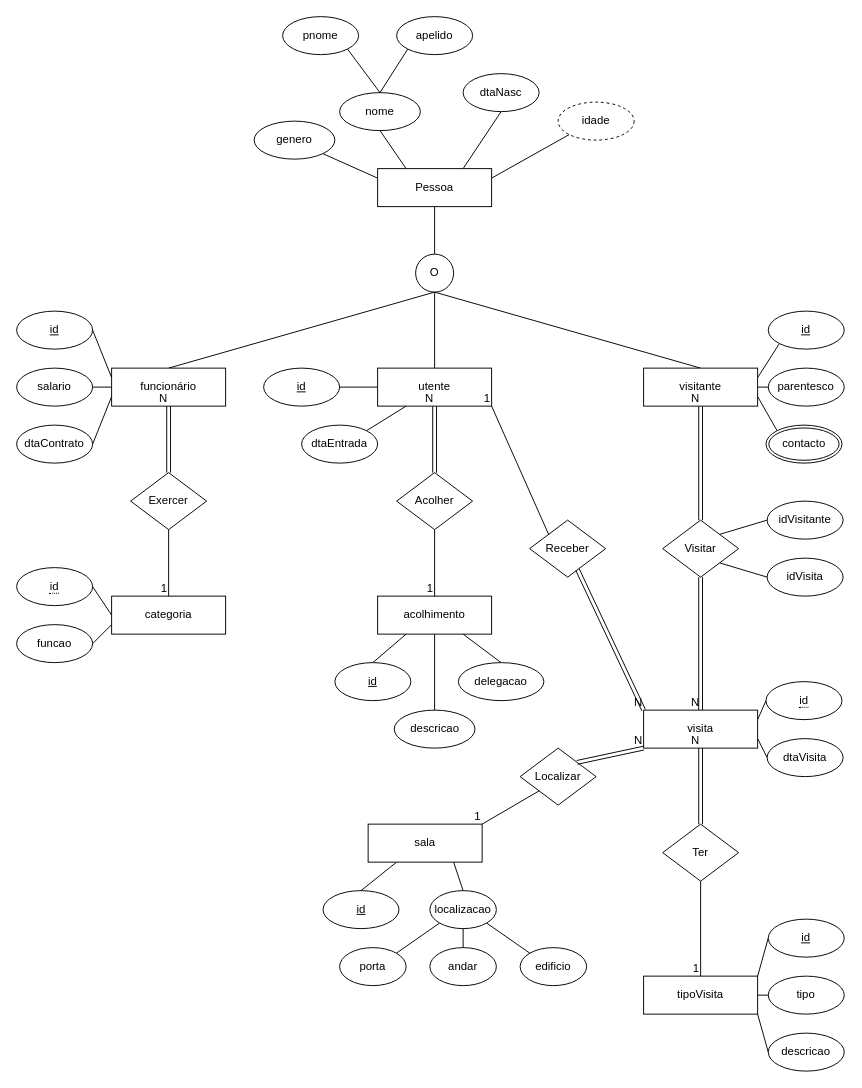
doomiinguees/Project_BD keeps this draw.io diagram as PROJETO/DER/E7_DER.drawio. Above is the earlier version. Source tidied: cells renumbered, new cells numbered last; positions are measured from the earlier drawing's top-left corner, leaving out a move shared by most shapes. Both pictures are drawn from the tidied source at 95%, with x=0, y=0 at pixel (16, 16).
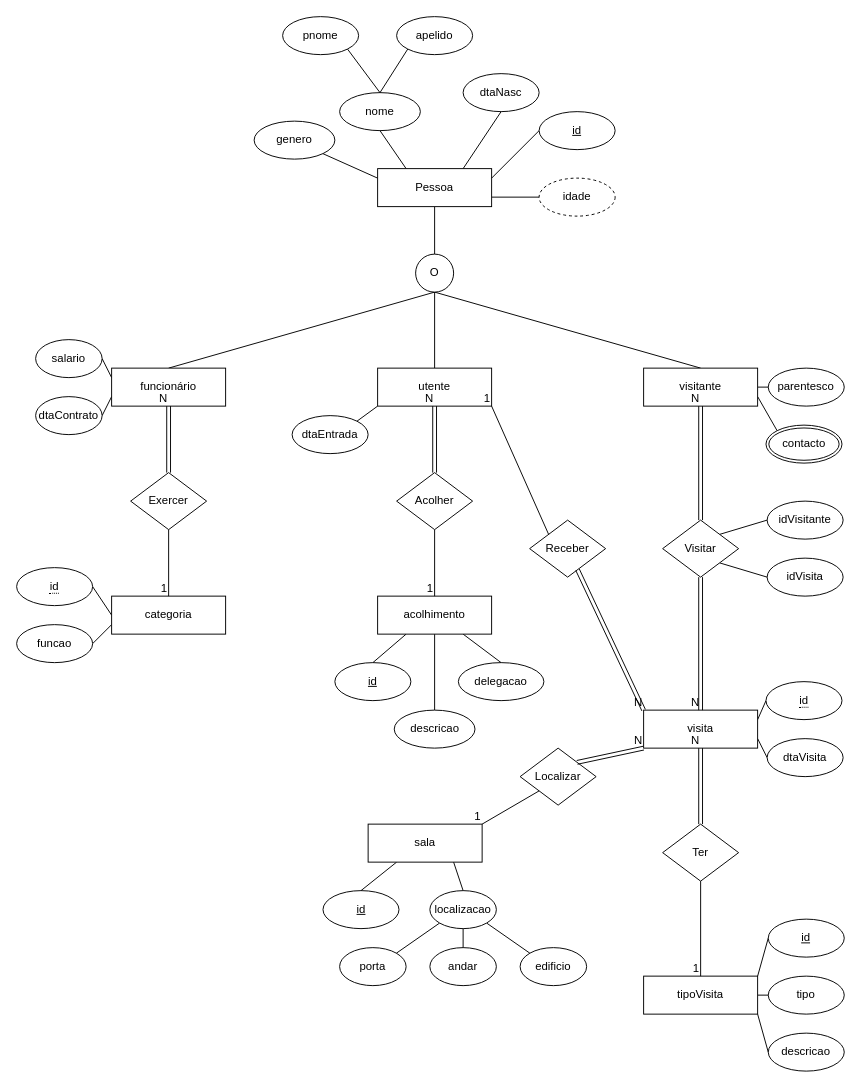
The same page after the edit.

Unchanged cells that the change refers to:
```xml
<mxCell id="7" value="Pessoa" style="whiteSpace=wrap;html=1;align=center;" parent="1" vertex="1">
  <mxGeometry x="380" y="160" width="120" height="40" as="geometry" />
</mxCell>
<mxCell id="22" value="funcionário" style="whiteSpace=wrap;html=1;align=center;" parent="1" vertex="1">
  <mxGeometry x="100" y="370" width="120" height="40" as="geometry" />
</mxCell>
<mxCell id="26" value="visitante" style="whiteSpace=wrap;html=1;align=center;" parent="1" vertex="1">
  <mxGeometry x="660" y="370" width="120" height="40" as="geometry" />
</mxCell>
<mxCell id="29" value="utente" style="whiteSpace=wrap;html=1;align=center;" parent="1" vertex="1">
  <mxGeometry x="380" y="370" width="120" height="40" as="geometry" />
</mxCell>
```

What changed in the source:
```diff
@@
-    <mxCell id="5" style="edgeStyle=none;rounded=0;jettySize=auto;html=1;exitX=1;exitY=0.25;exitDx=0;exitDy=0;entryX=0;entryY=1;entryDx=0;entryDy=0;endArrow=none;endFill=0;" parent="1" edge="1" source="7" target="18">
+    <mxCell id="5" style="edgeStyle=none;rounded=0;jettySize=auto;html=1;entryX=0;entryY=0.5;entryDx=0;entryDy=0;endArrow=none;endFill=0;exitX=1;exitY=0.75;exitDx=0;exitDy=0;" parent="1" edge="1" source="7" target="18">
       <mxGeometry relative="1" as="geometry" />
     </mxCell>
@@
     <mxCell id="18" value="idade" style="ellipse;whiteSpace=wrap;html=1;align=center;dashed=1;" parent="1" vertex="1">
-      <mxGeometry x="570" y="90" width="80" height="40" as="geometry" />
+      <mxGeometry x="550" y="170" width="80" height="40" as="geometry" />
     </mxCell>
-    <mxCell id="19" style="edgeStyle=none;rounded=0;jettySize=auto;html=1;exitX=0;exitY=0.25;exitDx=0;exitDy=0;entryX=1;entryY=0.5;entryDx=0;entryDy=0;endArrow=none;endFill=0;" parent="1" edge="1" source="22" target="33">
-      <mxGeometry relative="1" as="geometry" />
-    </mxCell>
-    <mxCell id="20" style="edgeStyle=none;rounded=0;jettySize=auto;html=1;exitX=0;exitY=0.5;exitDx=0;exitDy=0;entryX=1;entryY=0.5;entryDx=0;entryDy=0;endArrow=none;endFill=0;" parent="1" edge="1" source="22" target="32">
+    <mxCell id="20" style="edgeStyle=none;rounded=0;jettySize=auto;html=1;exitX=0;exitY=0.25;exitDx=0;exitDy=0;entryX=1;entryY=0.5;entryDx=0;entryDy=0;endArrow=none;endFill=0;" parent="1" edge="1" source="22" target="32">
       <mxGeometry relative="1" as="geometry" />
     </mxCell>
@@
-    <mxCell id="24" style="edgeStyle=none;rounded=0;jettySize=auto;html=1;exitX=1;exitY=0.25;exitDx=0;exitDy=0;entryX=0;entryY=1;entryDx=0;entryDy=0;endArrow=none;endFill=0;" parent="1" edge="1" source="26" target="38">
+    <mxCell id="24" style="edgeStyle=none;rounded=0;jettySize=auto;html=1;entryX=0;entryY=0.5;entryDx=0;entryDy=0;endArrow=none;endFill=0;exitX=1;exitY=0.25;exitDx=0;exitDy=0;" parent="1" edge="1" source="7" target="38">
       <mxGeometry relative="1" as="geometry" />
     </mxCell>
@@
-    <mxCell id="27" style="edgeStyle=none;rounded=0;jettySize=auto;html=1;exitX=0.25;exitY=1;exitDx=0;exitDy=0;entryX=1;entryY=0;entryDx=0;entryDy=0;endArrow=none;endFill=0;" parent="1" edge="1" source="29" target="30">
+    <mxCell id="27" style="edgeStyle=none;rounded=0;jettySize=auto;html=1;exitX=0;exitY=1;exitDx=0;exitDy=0;entryX=1;entryY=0;entryDx=0;entryDy=0;endArrow=none;endFill=0;" parent="1" edge="1" source="29" target="30">
       <mxGeometry relative="1" as="geometry" />
     </mxCell>
-    <mxCell id="28" style="edgeStyle=none;rounded=0;jettySize=auto;html=1;exitX=0;exitY=0.5;exitDx=0;exitDy=0;entryX=1;entryY=0.5;entryDx=0;entryDy=0;endArrow=none;endFill=0;" parent="1" edge="1" source="29" target="35">
-      <mxGeometry relative="1" as="geometry" />
-    </mxCell>
@@
     <mxCell id="30" value="dtaEntrada" style="ellipse;whiteSpace=wrap;html=1;align=center;" parent="1" vertex="1">
-      <mxGeometry x="300" y="430" width="80" height="40" as="geometry" />
+      <mxGeometry x="290" y="420" width="80" height="40" as="geometry" />
     </mxCell>
     <mxCell id="31" value="dtaContrato" style="ellipse;whiteSpace=wrap;html=1;align=center;" parent="1" vertex="1">
-      <mxGeometry y="430" width="80" height="40" as="geometry" />
+      <mxGeometry x="20" y="400" width="70" height="40" as="geometry" />
     </mxCell>
     <mxCell id="32" value="salario" style="ellipse;whiteSpace=wrap;html=1;align=center;" parent="1" vertex="1">
-      <mxGeometry y="370" width="80" height="40" as="geometry" />
+      <mxGeometry x="20" y="340" width="70" height="40" as="geometry" />
     </mxCell>
-    <mxCell id="33" value="id" style="ellipse;whiteSpace=wrap;html=1;align=center;fontStyle=4;" parent="1" vertex="1">
-      <mxGeometry y="310" width="80" height="40" as="geometry" />
-    </mxCell>
@@
-    <mxCell id="35" value="id" style="ellipse;whiteSpace=wrap;html=1;align=center;fontStyle=4;" parent="1" vertex="1">
-      <mxGeometry x="260" y="370" width="80" height="40" as="geometry" />
-    </mxCell>
@@
     <mxCell id="38" value="id" style="ellipse;whiteSpace=wrap;html=1;align=center;fontStyle=4;" parent="1" vertex="1">
-      <mxGeometry x="791.2" y="310" width="80" height="40" as="geometry" />
+      <mxGeometry x="550" y="100" width="80" height="40" as="geometry" />
     </mxCell>
```
